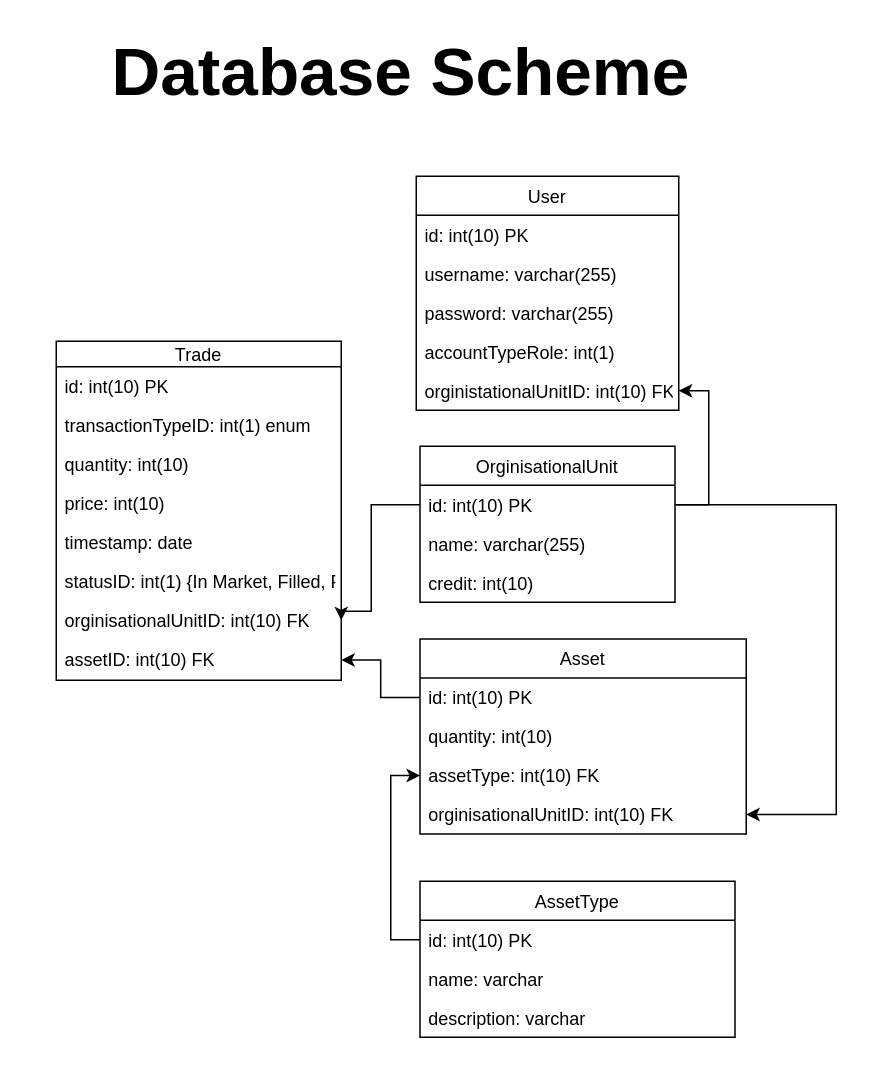
Above: Project_Report/Database_Scheme_ORM.drawio in aash35/Assest-Trading-Platform (draw.io), before the change. Source tidied: cells renumbered, new cells numbered last; positions are measured from the earlier drawing's top-left corner, leaving out a move shared by most shapes. Both pictures are drawn from the tidied source at 150%, with x=0, y=0 at pixel (26, 26).
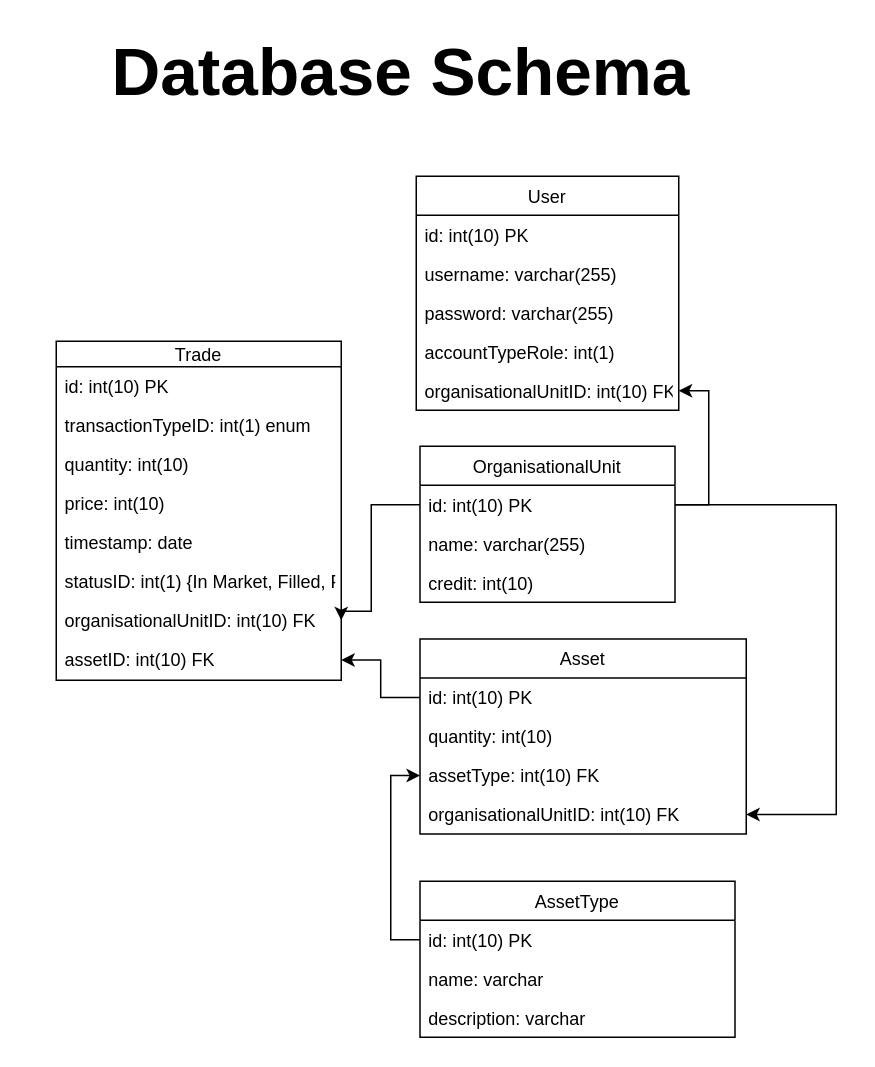
Above is the later version.

Unchanged cells that the change refers to:
```xml
<mxCell id="7" value="User" style="swimlane;fontStyle=0;horizontal=1;startSize=26;fillColor=none;" parent="1" vertex="1">
  <mxGeometry x="260" y="100" width="175" height="156" as="geometry" />
</mxCell>
<mxCell id="13" value="Asset" style="swimlane;fontStyle=0;horizontal=1;startSize=26;fillColor=none;" parent="1" vertex="1">
  <mxGeometry x="262.5" y="408.5" width="217.5" height="130" as="geometry" />
</mxCell>
<mxCell id="25" value="Trade" style="swimlane;fontStyle=0;horizontal=1;startSize=17;fillColor=none;" parent="1" vertex="1">
  <mxGeometry x="20" y="210" width="190" height="226" as="geometry" />
</mxCell>
```

The edit, as a diff of the source:
```diff
@@
-    <mxCell id="2" value="&lt;b&gt;&lt;font style=&quot;font-size: 45px&quot;&gt;Database Scheme&lt;/font&gt;&lt;/b&gt;" style="text;html=1;strokeColor=none;fillColor=none;align=center;verticalAlign=middle;whiteSpace=wrap;rounded=0;" parent="1" vertex="1">
+    <mxCell id="2" value="&lt;b&gt;&lt;font style=&quot;font-size: 45px&quot;&gt;Database Schema&lt;/font&gt;&lt;/b&gt;" style="text;html=1;strokeColor=none;fillColor=none;align=center;verticalAlign=middle;whiteSpace=wrap;rounded=0;" parent="1" vertex="1">
       <mxGeometry width="500" height="60" as="geometry" />
     </mxCell>
-    <mxCell id="3" value="OrginisationalUnit" style="swimlane;fontStyle=0;horizontal=1;startSize=26;fillColor=none;" parent="1" vertex="1">
+    <mxCell id="3" value="OrganisationalUnit" style="swimlane;fontStyle=0;horizontal=1;startSize=26;fillColor=none;" parent="1" vertex="1">
       <mxGeometry x="262.5" y="280" width="170" height="104" as="geometry" />
     </mxCell>
@@
-    <mxCell id="12" value="orginistationalUnitID: int(10) FK" style="text;strokeColor=none;fillColor=none;align=left;verticalAlign=top;spacingLeft=4;spacingRight=4;overflow=hidden;points=[[0,0.5],[1,0.5]];portConstraint=eastwest;" parent="7" vertex="1">
+    <mxCell id="12" value="organisationalUnitID: int(10) FK" style="text;strokeColor=none;fillColor=none;align=left;verticalAlign=top;spacingLeft=4;spacingRight=4;overflow=hidden;points=[[0,0.5],[1,0.5]];portConstraint=eastwest;" parent="7" vertex="1">
       <mxGeometry y="130" width="175" height="26" as="geometry" />
     </mxCell>
@@
-    <mxCell id="17" value="orginisationalUnitID: int(10) FK" style="text;strokeColor=none;fillColor=none;align=left;verticalAlign=top;spacingLeft=4;spacingRight=4;overflow=hidden;points=[[0,0.5],[1,0.5]];portConstraint=eastwest;" parent="13" vertex="1">
+    <mxCell id="17" value="organisationalUnitID: int(10) FK" style="text;strokeColor=none;fillColor=none;align=left;verticalAlign=top;spacingLeft=4;spacingRight=4;overflow=hidden;points=[[0,0.5],[1,0.5]];portConstraint=eastwest;" parent="13" vertex="1">
       <mxGeometry y="104" width="217.5" height="26" as="geometry" />
     </mxCell>
@@
-    <mxCell id="32" value="orginisationalUnitID: int(10) FK" style="text;strokeColor=none;fillColor=none;align=left;verticalAlign=top;spacingLeft=4;spacingRight=4;overflow=hidden;points=[[0,0.5],[1,0.5]];portConstraint=eastwest;" parent="25" vertex="1">
+    <mxCell id="32" value="organisationalUnitID: int(10) FK" style="text;strokeColor=none;fillColor=none;align=left;verticalAlign=top;spacingLeft=4;spacingRight=4;overflow=hidden;points=[[0,0.5],[1,0.5]];portConstraint=eastwest;" parent="25" vertex="1">
       <mxGeometry y="173" width="190" height="26" as="geometry" />
     </mxCell>
```
